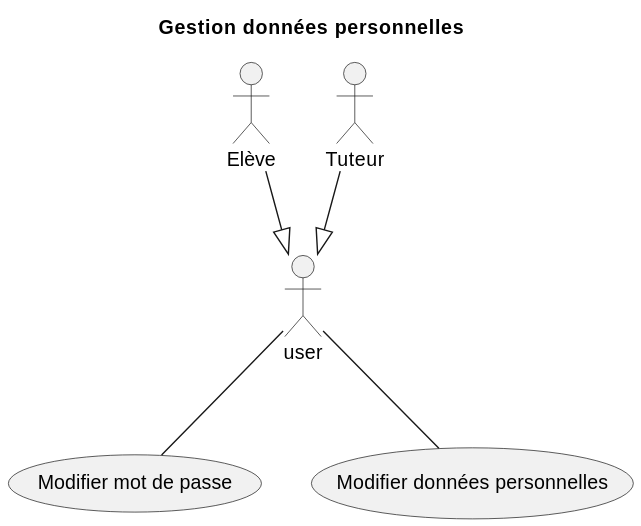
This is docs/diagrams/authentication/data_management.svg from KMBCL/P3_specifications, a PlantUML export, as it was before one commit. The source it was exported from:
```plantuml
@startuml
title Gestion données personnelles

!include /specifications/docs/diagrams/actors/actors.puml

student --|> user
tutor --|> user

usecase "Modifier mot de passe" as password_managing
usecase "Modifier données personnelles" as personal_data_managing

user -- password_managing
user -- personal_data_managing
@enduml
```
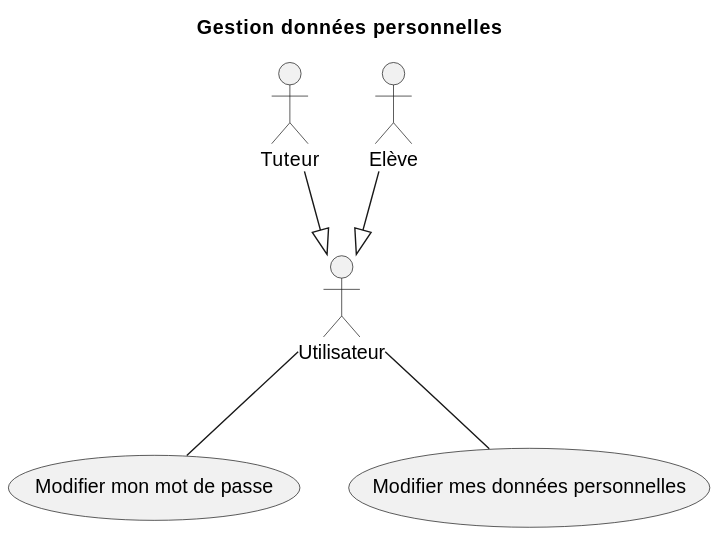
Later version of the same file.

Diff of the diagram source:
```diff
@@ -1,14 +1,14 @@
 @startuml
 title Gestion données personnelles
 
-!include /specifications/docs/diagrams/actors/actors.puml
+!include /specifications/docs/diagrams/actors/common.puml
 
-student --|> user
-tutor --|> user
+student --|> Utilisateur
+tutor --|> Utilisateur
 
-usecase "Modifier mot de passe" as password_managing
-usecase "Modifier données personnelles" as personal_data_managing
+usecase "Modifier mon mot de passe" as password_managing
+usecase "Modifier mes données personnelles" as personal_data_managing
 
-user -- password_managing
-user -- personal_data_managing
+Utilisateur -- password_managing
+Utilisateur -- personal_data_managing
 @enduml
```
